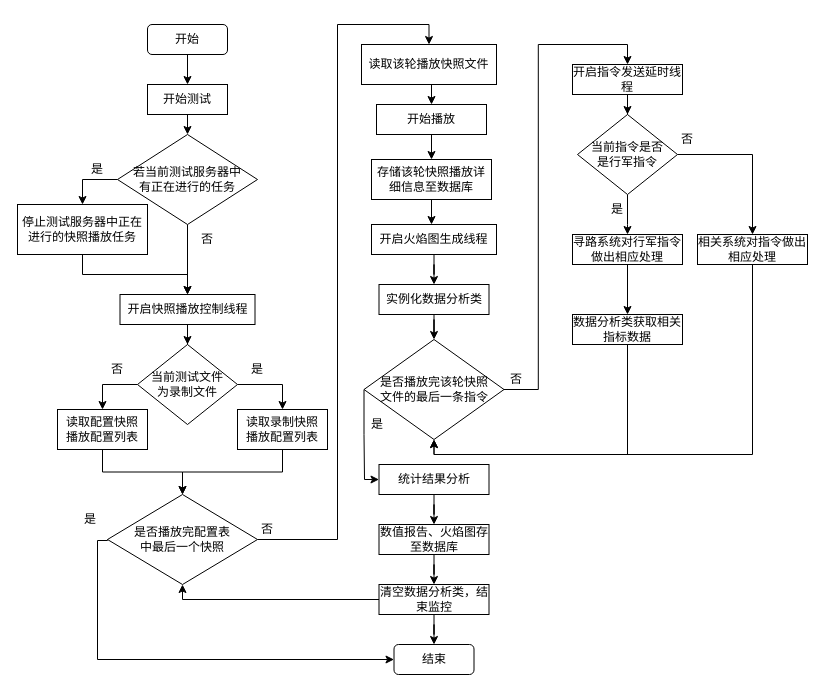
Earlier version of the draw.io diagram 流程图.drawio (Carol9s/Drawing). Source tidied: cells renumbered, new cells numbered last; positions are measured from the earlier drawing's top-left corner, leaving out a move shared by most shapes. Both pictures are drawn from the tidied source at 100%, with x=0, y=0 at pixel (17, 24).
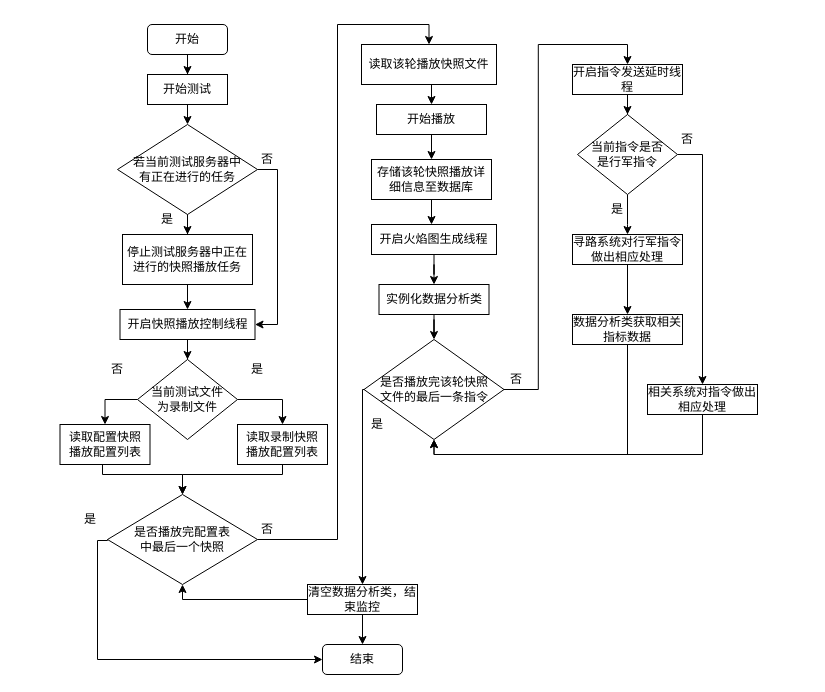
Above is the later version.

Commit message:
更新流程图.drawio

Unchanged cells that the change refers to:
```xml
<mxCell id="12" value="是否播放完配置表&lt;br&gt;中最后一个快照" style="rhombus;whiteSpace=wrap;html=1;" parent="1" vertex="1">
  <mxGeometry x="90" y="470" width="150" height="90" as="geometry" />
</mxCell>
<mxCell id="27" value="是否播放完该轮快照&lt;br&gt;文件的最后一条指令" style="rhombus;whiteSpace=wrap;html=1;" parent="1" vertex="1">
  <mxGeometry x="346.5" y="315" width="140" height="100" as="geometry" />
</mxCell>
```

What changed in the source:
```diff
@@
     <mxCell id="5" value="开始测试" style="rounded=0;whiteSpace=wrap;html=1;" parent="1" vertex="1">
-      <mxGeometry x="130" y="60" width="80" height="30" as="geometry" />
+      <mxGeometry x="130" y="50" width="80" height="30" as="geometry" />
     </mxCell>
     <mxCell id="6" style="edgeStyle=orthogonalEdgeStyle;rounded=0;jettySize=auto;html=1;exitX=0.5;exitY=1;exitDx=0;exitDy=0;" parent="1" edge="1" source="7" target="9">
       <mxGeometry relative="1" as="geometry">
         <Array as="points">
-          <mxPoint x="65" y="250" />
-          <mxPoint x="170" y="250" />
+          <mxPoint x="170" y="260" />
+          <mxPoint x="170" y="260" />
         </Array>
       </mxGeometry>
     </mxCell>
     <mxCell id="7" value="停止测试服务器中正在进行的快照播放任务" style="rounded=0;whiteSpace=wrap;html=1;" parent="1" vertex="1">
-      <mxGeometry y="180" width="130" height="50" as="geometry" />
+      <mxGeometry x="105" y="210" width="130" height="50" as="geometry" />
     </mxCell>
@@
     <mxCell id="9" value="开启快照播放控制线程" style="rounded=0;whiteSpace=wrap;html=1;" parent="1" vertex="1">
-      <mxGeometry x="102.5" y="270" width="135" height="30" as="geometry" />
+      <mxGeometry x="102.5" y="285" width="135" height="30" as="geometry" />
     </mxCell>
@@
     <mxCell id="17" style="edgeStyle=orthogonalEdgeStyle;rounded=0;jettySize=auto;html=1;entryX=0.5;entryY=0;entryDx=0;entryDy=0;" parent="1" edge="1" source="18" target="12">
-      <mxGeometry relative="1" as="geometry" />
+      <mxGeometry relative="1" as="geometry">
+        <Array as="points">
+          <mxPoint x="85" y="450" />
+          <mxPoint x="165" y="450" />
+        </Array>
+      </mxGeometry>
     </mxCell>
     <mxCell id="18" value="读取配置快照&lt;br&gt;播放配置列表" style="rounded=0;whiteSpace=wrap;html=1;" parent="1" vertex="1">
-      <mxGeometry x="40" y="385" width="90" height="40" as="geometry" />
+      <mxGeometry x="42.5" y="400" width="90" height="40" as="geometry" />
     </mxCell>
     <mxCell id="19" style="edgeStyle=orthogonalEdgeStyle;rounded=0;jettySize=auto;html=1;" parent="1" edge="1" source="20" target="12">
-      <mxGeometry relative="1" as="geometry" />
+      <mxGeometry relative="1" as="geometry">
+        <Array as="points">
+          <mxPoint x="265" y="450" />
+          <mxPoint x="165" y="450" />
+        </Array>
+      </mxGeometry>
     </mxCell>
     <mxCell id="20" value="读取录制快照&lt;br&gt;播放配置列表" style="rounded=0;whiteSpace=wrap;html=1;" parent="1" vertex="1">
-      <mxGeometry x="220" y="385" width="90" height="40" as="geometry" />
+      <mxGeometry x="220" y="400" width="90" height="40" as="geometry" />
     </mxCell>
@@
-    <mxCell id="26" style="edgeStyle=orthogonalEdgeStyle;rounded=0;jettySize=auto;html=1;entryX=0;entryY=0.5;entryDx=0;entryDy=0;exitX=0;exitY=0.5;exitDx=0;exitDy=0;" parent="1" edge="1" source="27" target="40">
+    <mxCell id="26" style="edgeStyle=orthogonalEdgeStyle;rounded=0;jettySize=auto;html=1;entryX=0.5;entryY=0;entryDx=0;entryDy=0;exitX=0;exitY=0.5;exitDx=0;exitDy=0;" parent="1" edge="1" source="27" target="45">
       <mxGeometry relative="1" as="geometry">
         <Array as="points">
-          <mxPoint x="347" y="410" />
-          <mxPoint x="347" y="455" />
+          <mxPoint x="345" y="365" />
         </Array>
       </mxGeometry>
     </mxCell>
@@
-    <mxCell id="39" style="edgeStyle=orthogonalEdgeStyle;rounded=0;jettySize=auto;html=1;" parent="1" edge="1" source="40" target="42">
-      <mxGeometry relative="1" as="geometry" />
-    </mxCell>
-    <mxCell id="40" value="统计结果分析" style="rounded=0;whiteSpace=wrap;html=1;" parent="1" vertex="1">
-      <mxGeometry x="361.5" y="440" width="110" height="30" as="geometry" />
-    </mxCell>
-    <mxCell id="41" style="edgeStyle=orthogonalEdgeStyle;rounded=0;jettySize=auto;html=1;entryX=0.5;entryY=0;entryDx=0;entryDy=0;" parent="1" edge="1" source="42" target="45">
-      <mxGeometry relative="1" as="geometry" />
-    </mxCell>
-    <mxCell id="42" value="数值报告、火焰图存至数据库" style="rounded=0;whiteSpace=wrap;html=1;" parent="1" vertex="1">
-      <mxGeometry x="361.5" y="500" width="110" height="30" as="geometry" />
-    </mxCell>
@@
     <mxCell id="45" value="清空数据分析类，结束监控" style="rounded=0;whiteSpace=wrap;html=1;" parent="1" vertex="1">
-      <mxGeometry x="361.5" y="560" width="110" height="30" as="geometry" />
+      <mxGeometry x="290" y="560" width="110" height="30" as="geometry" />
     </mxCell>
     <mxCell id="46" value="结束" style="rounded=1;whiteSpace=wrap;html=1;fontSize=12;glass=0;strokeWidth=1;shadow=0;" parent="1" vertex="1">
-      <mxGeometry x="376.5" y="620" width="80" height="30" as="geometry" />
+      <mxGeometry x="305" y="620" width="80" height="30" as="geometry" />
     </mxCell>
-    <mxCell id="47" style="edgeStyle=orthogonalEdgeStyle;rounded=0;jettySize=auto;html=1;entryX=0.5;entryY=0;entryDx=0;entryDy=0;exitX=0;exitY=0.5;exitDx=0;exitDy=0;" parent="1" edge="1" source="49" target="7">
+    <mxCell id="47" style="edgeStyle=orthogonalEdgeStyle;rounded=0;jettySize=auto;html=1;entryX=0.5;entryY=0;entryDx=0;entryDy=0;" parent="1" edge="1" source="49" target="7">
       <mxGeometry relative="1" as="geometry" />
     </mxCell>
-    <mxCell id="48" style="edgeStyle=orthogonalEdgeStyle;rounded=0;jettySize=auto;html=1;" parent="1" edge="1" source="49" target="9">
+    <mxCell id="48" style="edgeStyle=orthogonalEdgeStyle;rounded=0;jettySize=auto;html=1;exitX=1;exitY=0.5;exitDx=0;exitDy=0;entryX=1;entryY=0.5;entryDx=0;entryDy=0;" parent="1" edge="1" source="49" target="9">
       <mxGeometry relative="1" as="geometry" />
     </mxCell>
     <mxCell id="49" value="若当前测试服务器中&lt;br&gt;有正在进行的任务" style="rhombus;whiteSpace=wrap;html=1;" parent="1" vertex="1">
-      <mxGeometry x="100" y="110" width="140" height="90" as="geometry" />
+      <mxGeometry x="100" y="100" width="140" height="90" as="geometry" />
     </mxCell>
-    <mxCell id="50" style="edgeStyle=orthogonalEdgeStyle;rounded=0;jettySize=auto;html=1;entryX=0.5;entryY=0;entryDx=0;entryDy=0;" parent="1" edge="1" source="52" target="20">
+    <mxCell id="50" style="edgeStyle=orthogonalEdgeStyle;rounded=0;jettySize=auto;html=1;entryX=0.5;entryY=0;entryDx=0;entryDy=0;exitX=1;exitY=0.5;exitDx=0;exitDy=0;" parent="1" edge="1" source="52" target="20">
       <mxGeometry relative="1" as="geometry">
         <Array as="points">
-          <mxPoint x="265" y="360" />
+          <mxPoint x="265" y="375" />
         </Array>
       </mxGeometry>
     </mxCell>
@@
     <mxCell id="52" value="当前测试文件&lt;br&gt;为录制文件" style="rhombus;whiteSpace=wrap;html=1;" parent="1" vertex="1">
-      <mxGeometry x="120" y="320" width="100" height="80" as="geometry" />
+      <mxGeometry x="120" y="335" width="100" height="80" as="geometry" />
     </mxCell>
     <mxCell id="53" style="edgeStyle=orthogonalEdgeStyle;rounded=0;jettySize=auto;html=1;entryX=0.5;entryY=1;entryDx=0;entryDy=0;" parent="1" edge="1" source="54" target="27">
       <mxGeometry relative="1" as="geometry">
         <Array as="points">
-          <mxPoint x="735" y="430" />
+          <mxPoint x="685" y="430" />
           <mxPoint x="417" y="430" />
         </Array>
       </mxGeometry>
     </mxCell>
     <mxCell id="54" value="相关系统对指令做出相应处理" style="rounded=0;whiteSpace=wrap;html=1;" parent="1" vertex="1">
-      <mxGeometry x="680" y="210" width="110" height="30" as="geometry" />
+      <mxGeometry x="630" y="360" width="110" height="30" as="geometry" />
     </mxCell>
     <mxCell id="55" value="是" style="text;html=1;strokeColor=none;fillColor=none;align=center;verticalAlign=middle;whiteSpace=wrap;rounded=0;" parent="1" vertex="1">
-      <mxGeometry x="50" y="130" width="60" height="30" as="geometry" />
+      <mxGeometry x="120" y="180" width="60" height="30" as="geometry" />
     </mxCell>
     <mxCell id="56" value="否" style="text;html=1;strokeColor=none;fillColor=none;align=center;verticalAlign=middle;whiteSpace=wrap;rounded=0;" parent="1" vertex="1">
-      <mxGeometry x="160" y="200" width="60" height="30" as="geometry" />
+      <mxGeometry x="220" y="120" width="60" height="30" as="geometry" />
     </mxCell>
```
